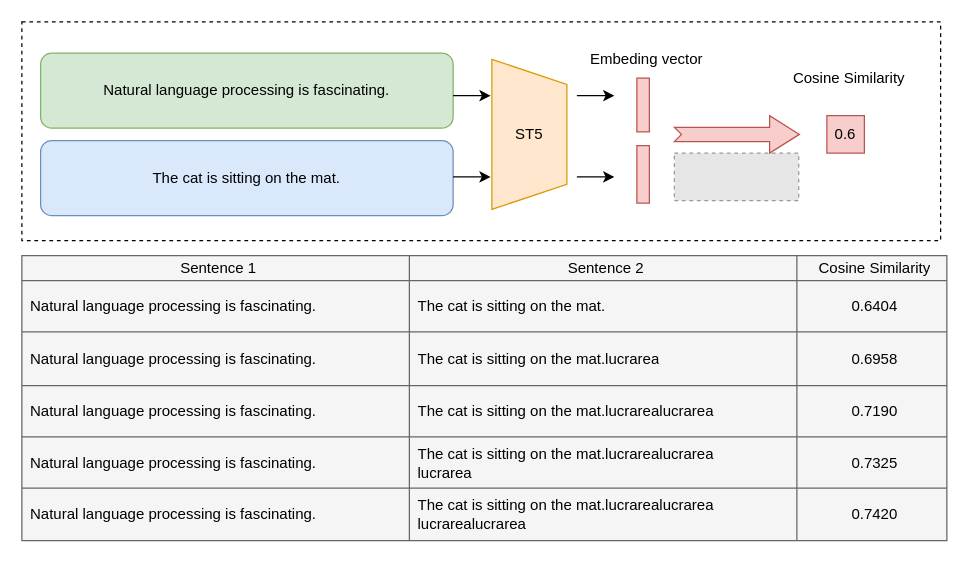
March-7/StickyToken keeps this draw.io diagram as sticky_token_example.drawio. Above is the earlier version. Source tidied: cells renumbered, new cells numbered last; positions are measured from the earlier drawing's top-left corner, leaving out a move shared by most shapes. Both pictures are drawn from the tidied source at 125%, with x=0, y=0 at pixel (21, 21). Pictures stored in the file or linked from it are replaced by grey dashed boxes.
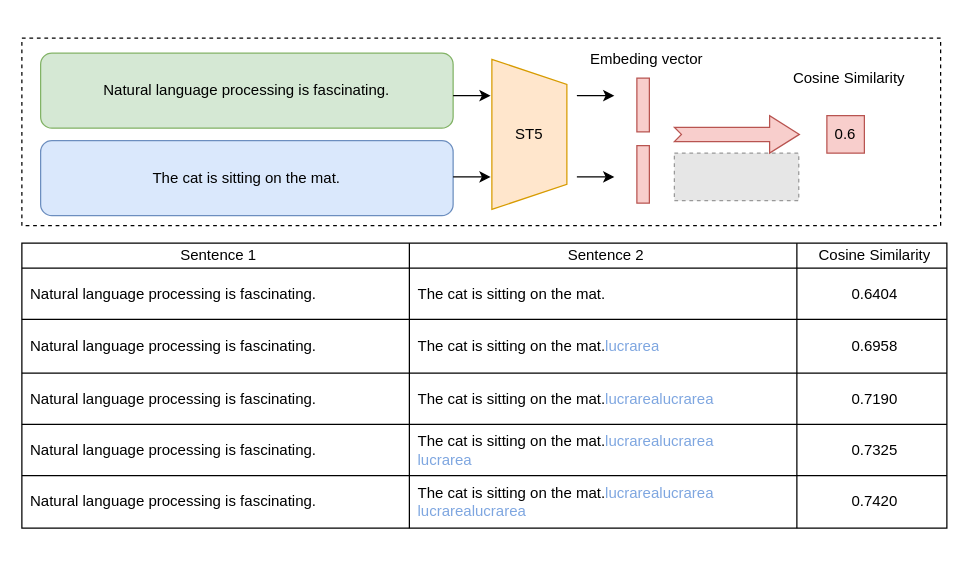
The same page after the edit.

The change refers to these unchanged cells:
```xml
<mxCell id="27" style="shape=tableRow;horizontal=0;startSize=0;swimlaneHead=0;swimlaneBody=0;strokeColor=inherit;top=0;left=0;bottom=0;right=0;fillColor=none;fontSize=16;" parent="18" vertex="1">
  <mxGeometry y="61" width="740" height="43" as="geometry" />
</mxCell>
<mxCell id="31" style="shape=tableRow;horizontal=0;startSize=0;swimlaneHead=0;swimlaneBody=0;strokeColor=inherit;top=0;left=0;bottom=0;right=0;fillColor=none;fontSize=16;" parent="18" vertex="1">
  <mxGeometry y="104" width="740" height="41" as="geometry" />
</mxCell>
<mxCell id="35" style="shape=tableRow;horizontal=0;startSize=0;swimlaneHead=0;swimlaneBody=0;strokeColor=inherit;top=0;left=0;bottom=0;right=0;fillColor=none;fontSize=16;" parent="18" vertex="1">
  <mxGeometry y="145" width="740" height="41" as="geometry" />
</mxCell>
<mxCell id="39" style="shape=tableRow;horizontal=0;startSize=0;swimlaneHead=0;swimlaneBody=0;strokeColor=inherit;top=0;left=0;bottom=0;right=0;fillColor=none;fontSize=16;" parent="18" vertex="1">
  <mxGeometry y="186" width="740" height="42" as="geometry" />
</mxCell>
```

What changed in the source:
```diff
@@
     <mxCell id="2" style="rounded=0;whiteSpace=wrap;html=1;align=center;verticalAlign=middle;fontFamily=Helvetica;fontSize=11;fontColor=default;textOpacity=30;labelBorderColor=#000000;fillColor=none;dashed=1;" parent="1" vertex="1">
-      <mxGeometry width="735" height="175" as="geometry" />
+      <mxGeometry y="13" width="735" height="150" as="geometry" />
     </mxCell>
@@
-    <mxCell id="18" style="shape=table;startSize=0;childLayout=tableLayout;fontSize=11;labelBorderColor=#000000;textOpacity=30;fillColor=#f5f5f5;strokeColor=#666666;swimlaneFillColor=none;rounded=0;fontColor=#333333;" parent="1" vertex="1">
-      <mxGeometry y="187" width="740" height="228" as="geometry" />
+    <mxCell id="18" style="shape=table;startSize=0;childLayout=tableLayout;fontSize=11;labelBorderColor=default;textOpacity=30;swimlaneFillColor=none;rounded=0;swimlaneLine=1;" parent="1" vertex="1">
+      <mxGeometry y="177" width="740" height="228" as="geometry" />
     </mxCell>
-    <mxCell id="19" style="shape=tableRow;horizontal=0;startSize=0;swimlaneHead=0;swimlaneBody=0;strokeColor=inherit;top=0;left=0;bottom=0;right=0;fillColor=none;fontSize=16;" parent="18" vertex="1">
+    <mxCell id="19" style="shape=tableRow;horizontal=0;startSize=0;swimlaneHead=0;swimlaneBody=0;strokeColor=inherit;top=0;left=0;bottom=0;right=0;fillColor=none;fontSize=16;swimlaneLine=0;" parent="18" vertex="1">
       <mxGeometry width="740" height="20" as="geometry" />
     </mxCell>
@@
-    <mxCell id="29" value="&lt;span style=&quot;text-align: center;&quot;&gt;The cat is sitting on the mat.lucrarea&lt;/span&gt;" style="shape=partialRectangle;html=1;whiteSpace=wrap;strokeColor=inherit;overflow=hidden;fillColor=none;top=0;left=0;bottom=0;right=0;fontSize=12;align=left;spacingLeft=5;" parent="27" vertex="1">
+    <mxCell id="29" value="&lt;span style=&quot;text-align: center;&quot;&gt;The cat is sitting on the mat.&lt;font style=&quot;color: rgb(126, 166, 224);&quot;&gt;lucrarea&lt;/font&gt;&lt;/span&gt;" style="shape=partialRectangle;html=1;whiteSpace=wrap;strokeColor=inherit;overflow=hidden;fillColor=none;top=0;left=0;bottom=0;right=0;fontSize=12;align=left;spacingLeft=5;" parent="27" vertex="1">
       <mxGeometry x="310" width="310" height="43" as="geometry" />
     </mxCell>
@@
-    <mxCell id="33" value="&lt;span&gt;&lt;span style=&quot;text-align: center; float: none; color: rgb(0, 0, 0); display: inline !important;&quot;&gt;The cat is sitting on the mat.lucrarea&lt;/span&gt;&lt;span style=&quot;text-align: center;&quot;&gt;lucrarea&lt;/span&gt;&lt;/span&gt;" style="shape=partialRectangle;html=1;whiteSpace=wrap;strokeColor=inherit;overflow=hidden;fillColor=none;top=0;left=0;bottom=0;right=0;fontSize=12;align=left;spacingLeft=5;" parent="31" vertex="1">
+    <mxCell id="33" value="&lt;span&gt;&lt;span style=&quot;text-align: center; float: none; color: rgb(0, 0, 0); display: inline !important;&quot;&gt;The cat is sitting on the mat.&lt;/span&gt;&lt;/span&gt;&lt;span style=&quot;color: rgb(126, 166, 224); text-align: center;&quot;&gt;lucrarea&lt;/span&gt;&lt;span style=&quot;color: rgb(126, 166, 224); text-align: center;&quot;&gt;lucrarea&lt;/span&gt;" style="shape=partialRectangle;html=1;whiteSpace=wrap;strokeColor=inherit;overflow=hidden;fillColor=none;top=0;left=0;bottom=0;right=0;fontSize=12;align=left;spacingLeft=5;" parent="31" vertex="1">
       <mxGeometry x="310" width="310" height="41" as="geometry" />
     </mxCell>
@@
-    <mxCell id="37" value="&lt;span&gt;&lt;span style=&quot;text-align: center; float: none; color: rgb(0, 0, 0); display: inline !important;&quot;&gt;The cat is sitting on the mat.lucrarea&lt;/span&gt;&lt;span style=&quot;text-align: center;&quot;&gt;lucrarea&lt;/span&gt;&lt;/span&gt;&lt;div&gt;&lt;span style=&quot;text-align: center;&quot;&gt;lucrarea&lt;/span&gt;&lt;/div&gt;" style="shape=partialRectangle;html=1;whiteSpace=wrap;strokeColor=inherit;overflow=hidden;fillColor=none;top=0;left=0;bottom=0;right=0;fontSize=12;align=left;spacingLeft=5;" parent="35" vertex="1">
+    <mxCell id="37" value="&lt;span&gt;&lt;span style=&quot;text-align: center; float: none; color: rgb(0, 0, 0); display: inline !important;&quot;&gt;The cat is sitting on the mat.&lt;/span&gt;&lt;/span&gt;&lt;span style=&quot;background-color: transparent; color: rgb(126, 166, 224); text-align: center;&quot;&gt;lucrarea&lt;/span&gt;&lt;span style=&quot;background-color: transparent; color: rgb(126, 166, 224); text-align: center;&quot;&gt;lucrarea&lt;/span&gt;&lt;div&gt;&lt;span style=&quot;background-color: transparent; color: rgb(126, 166, 224); text-align: center;&quot;&gt;lucrarea&lt;/span&gt;&lt;/div&gt;" style="shape=partialRectangle;html=1;whiteSpace=wrap;strokeColor=inherit;overflow=hidden;fillColor=none;top=0;left=0;bottom=0;right=0;fontSize=12;align=left;spacingLeft=5;" parent="35" vertex="1">
       <mxGeometry x="310" width="310" height="41" as="geometry" />
     </mxCell>
@@
-    <mxCell id="41" value="&lt;span style=&quot;color: rgb(0, 0, 0); text-align: center; float: none; display: inline !important;&quot;&gt;The cat is sitting on the mat.lucrarea&lt;/span&gt;&lt;span style=&quot;text-align: center;&quot;&gt;lucrarea&lt;/span&gt;&lt;div&gt;&lt;span style=&quot;text-align: center;&quot;&gt;lucrarea&lt;/span&gt;&lt;span style=&quot;text-align: center;&quot;&gt;lucrarea&lt;/span&gt;&lt;/div&gt;" style="shape=partialRectangle;html=1;whiteSpace=wrap;strokeColor=inherit;overflow=hidden;fillColor=none;top=0;left=0;bottom=0;right=0;fontSize=12;align=left;spacingLeft=5;" parent="39" vertex="1">
+    <mxCell id="41" value="&lt;span style=&quot;color: rgb(0, 0, 0); text-align: center; float: none; display: inline !important;&quot;&gt;The cat is sitting on the mat.&lt;/span&gt;&lt;span style=&quot;background-color: transparent; color: rgb(126, 166, 224); text-align: center;&quot;&gt;lucrarea&lt;/span&gt;&lt;span style=&quot;background-color: transparent; color: rgb(126, 166, 224); text-align: center;&quot;&gt;lucrarea&lt;/span&gt;&lt;div&gt;&lt;span style=&quot;background-color: transparent; color: rgb(126, 166, 224); text-align: center;&quot;&gt;lucrarea&lt;/span&gt;&lt;span style=&quot;background-color: transparent; color: rgb(126, 166, 224); text-align: center;&quot;&gt;lucrarea&lt;/span&gt;&lt;/div&gt;" style="shape=partialRectangle;html=1;whiteSpace=wrap;strokeColor=inherit;overflow=hidden;fillColor=none;top=0;left=0;bottom=0;right=0;fontSize=12;align=left;spacingLeft=5;" parent="39" vertex="1">
       <mxGeometry x="310" width="310" height="42" as="geometry" />
     </mxCell>
```
